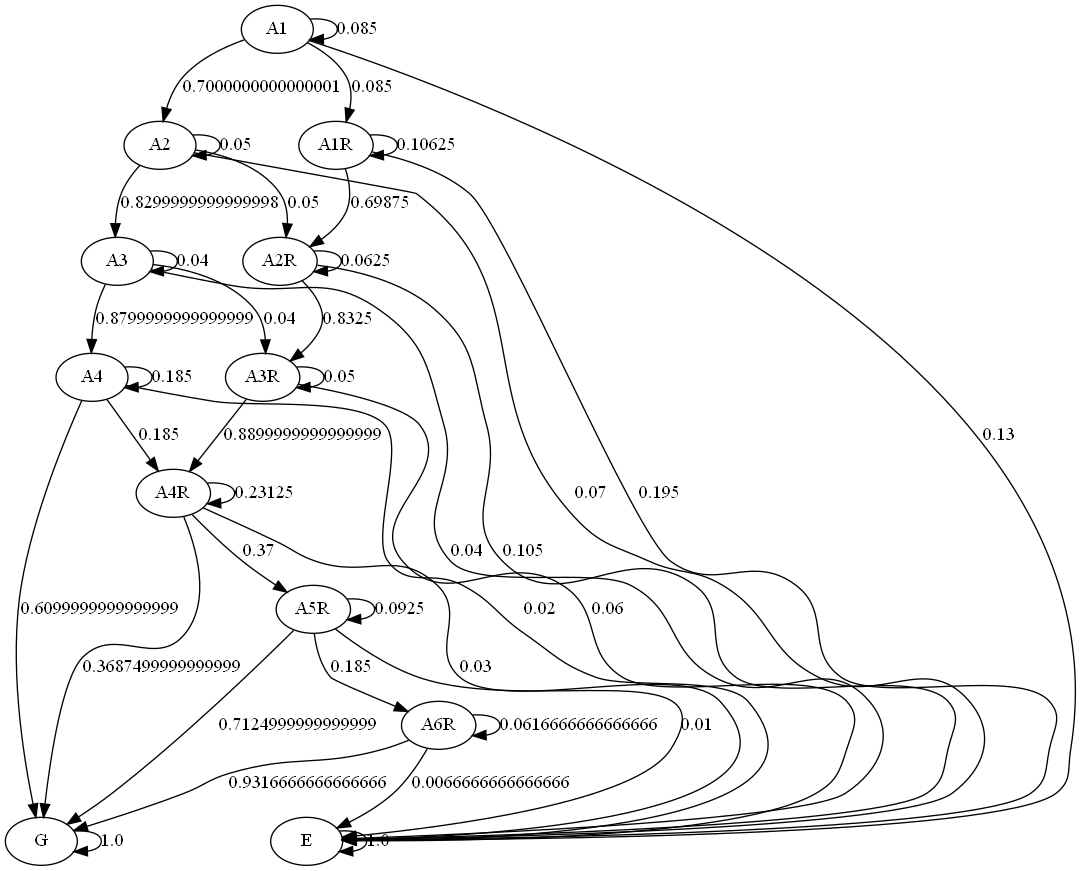
JulianaFerreira/educacao keeps this Graphviz diagram as graph/markov.png. Above is the earlier version. Its source is kept beside it as graph/markov.dot.
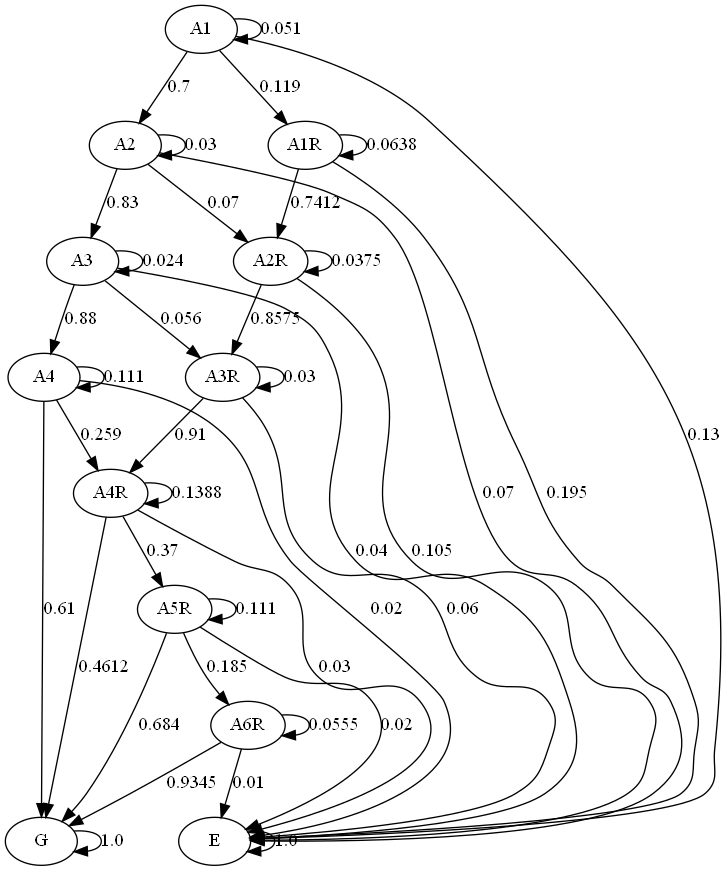
Later version of the same file.

Change to the diagram source:
```diff
@@ -11,42 +11,42 @@
 A6R;
 G;
 E;
-A1 -> A1  [key=0, label="0.085", weight="0.085"];
-A1 -> A2  [key=0, label="0.7000000000000001", weight="0.7000000000000001"];
-A1 -> A1R  [key=0, label="0.085", weight="0.085"];
+A1 -> A1  [key=0, label="0.051", weight="0.051"];
+A1 -> A2  [key=0, label="0.7", weight="0.7"];
+A1 -> A1R  [key=0, label="0.119", weight="0.119"];
 A1 -> E  [key=0, label="0.13", weight="0.13"];
-A2 -> A2  [key=0, label="0.05", weight="0.05"];
-A2 -> A3  [key=0, label="0.8299999999999998", weight="0.8299999999999998"];
-A2 -> A2R  [key=0, label="0.05", weight="0.05"];
+A2 -> A2  [key=0, label="0.03", weight="0.03"];
+A2 -> A3  [key=0, label="0.83", weight="0.83"];
+A2 -> A2R  [key=0, label="0.07", weight="0.07"];
 A2 -> E  [key=0, label="0.07", weight="0.07"];
-A3 -> A3  [key=0, label="0.04", weight="0.04"];
-A3 -> A4  [key=0, label="0.8799999999999999", weight="0.8799999999999999"];
-A3 -> A3R  [key=0, label="0.04", weight="0.04"];
+A3 -> A3  [key=0, label="0.024", weight="0.024"];
+A3 -> A4  [key=0, label="0.88", weight="0.88"];
+A3 -> A3R  [key=0, label="0.056", weight="0.056"];
 A3 -> E  [key=0, label="0.04", weight="0.04"];
-A4 -> A4  [key=0, label="0.185", weight="0.185"];
-A4 -> A4R  [key=0, label="0.185", weight="0.185"];
-A4 -> G  [key=0, label="0.6099999999999999", weight="0.6099999999999999"];
+A4 -> A4  [key=0, label="0.111", weight="0.111"];
+A4 -> A4R  [key=0, label="0.259", weight="0.259"];
+A4 -> G  [key=0, label="0.61", weight="0.61"];
 A4 -> E  [key=0, label="0.02", weight="0.02"];
-A1R -> A1R  [key=0, label="0.10625", weight="0.10625"];
-A1R -> A2R  [key=0, label="0.69875", weight="0.69875"];
+A1R -> A1R  [key=0, label="0.0638", weight="0.0638"];
+A1R -> A2R  [key=0, label="0.7412", weight="0.7412"];
 A1R -> E  [key=0, label="0.195", weight="0.195"];
-A2R -> A2R  [key=0, label="0.0625", weight="0.0625"];
-A2R -> A3R  [key=0, label="0.8325", weight="0.8325"];
+A2R -> A2R  [key=0, label="0.0375", weight="0.0375"];
+A2R -> A3R  [key=0, label="0.8575", weight="0.8575"];
 A2R -> E  [key=0, label="0.105", weight="0.105"];
-A3R -> A3R  [key=0, label="0.05", weight="0.05"];
-A3R -> A4R  [key=0, label="0.8899999999999999", weight="0.8899999999999999"];
+A3R -> A3R  [key=0, label="0.03", weight="0.03"];
+A3R -> A4R  [key=0, label="0.91", weight="0.91"];
 A3R -> E  [key=0, label="0.06", weight="0.06"];
-A4R -> A4R  [key=0, label="0.23125", weight="0.23125"];
+A4R -> A4R  [key=0, label="0.1388", weight="0.1388"];
 A4R -> A5R  [key=0, label="0.37", weight="0.37"];
-A4R -> G  [key=0, label="0.3687499999999999", weight="0.3687499999999999"];
+A4R -> G  [key=0, label="0.4612", weight="0.4612"];
 A4R -> E  [key=0, label="0.03", weight="0.03"];
-A5R -> A5R  [key=0, label="0.0925", weight="0.0925"];
+A5R -> A5R  [key=0, label="0.111", weight="0.111"];
 A5R -> A6R  [key=0, label="0.185", weight="0.185"];
-A5R -> G  [key=0, label="0.7124999999999999", weight="0.7124999999999999"];
-A5R -> E  [key=0, label="0.01", weight="0.01"];
-A6R -> A6R  [key=0, label="0.0616666666666666", weight="0.0616666666666666"];
-A6R -> G  [key=0, label="0.9316666666666666", weight="0.9316666666666666"];
-A6R -> E  [key=0, label="0.0066666666666666", weight="0.0066666666666666"];
+A5R -> G  [key=0, label="0.684", weight="0.684"];
+A5R -> E  [key=0, label="0.02", weight="0.02"];
+A6R -> A6R  [key=0, label="0.0555", weight="0.0555"];
+A6R -> G  [key=0, label="0.9345", weight="0.9345"];
+A6R -> E  [key=0, label="0.01", weight="0.01"];
 G -> G  [key=0, label="1.0", weight="1.0"];
 E -> E  [key=0, label="1.0", weight="1.0"];
 }
```
